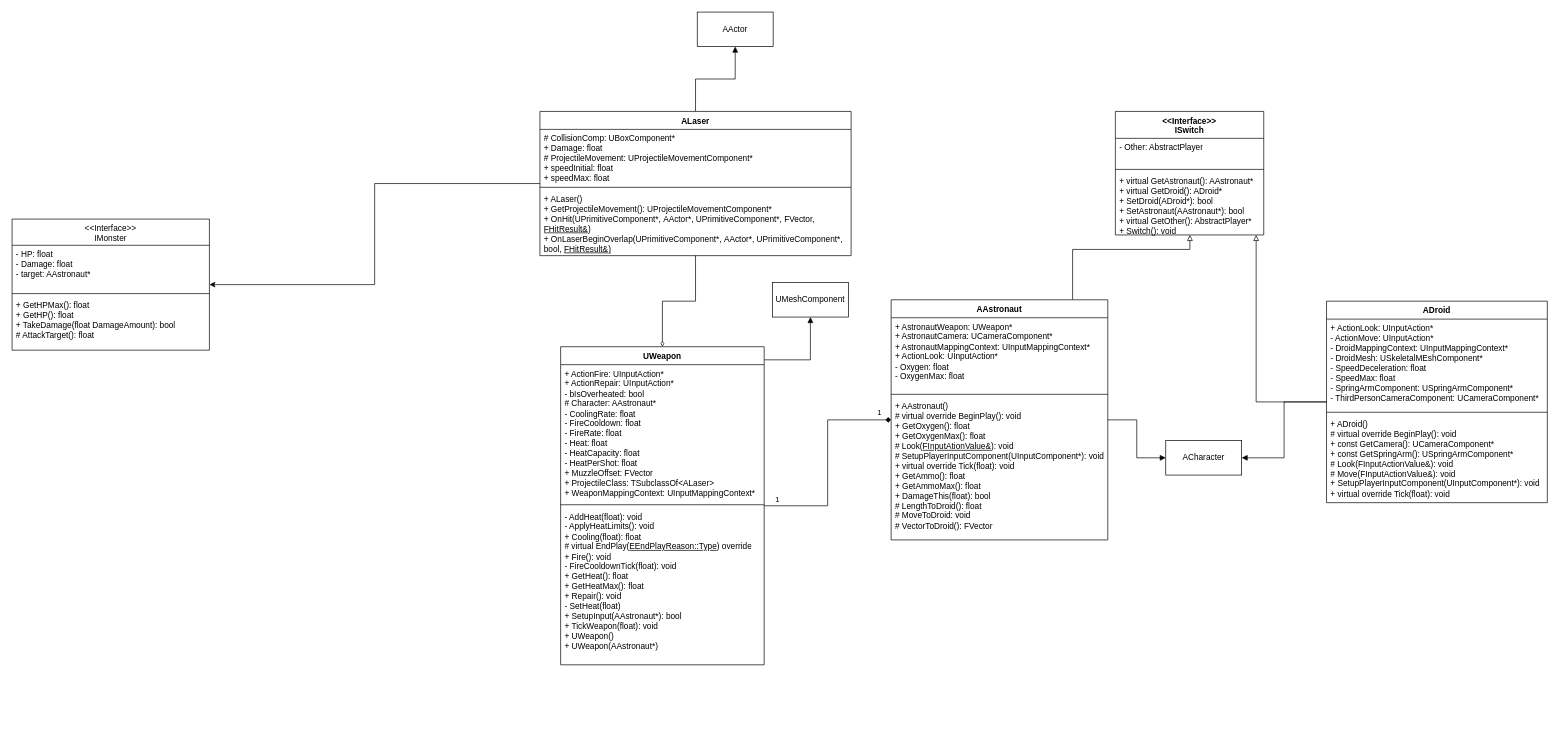
Earlier version of the draw.io diagram UML.drawio (herrkrabbe/BarBoi). Source tidied: cells renumbered, new cells numbered last; positions are measured from the earlier drawing's top-left corner, leaving out a move shared by most shapes. Both pictures are drawn from the tidied source at 69%, with x=0, y=0 at pixel (12, 12).
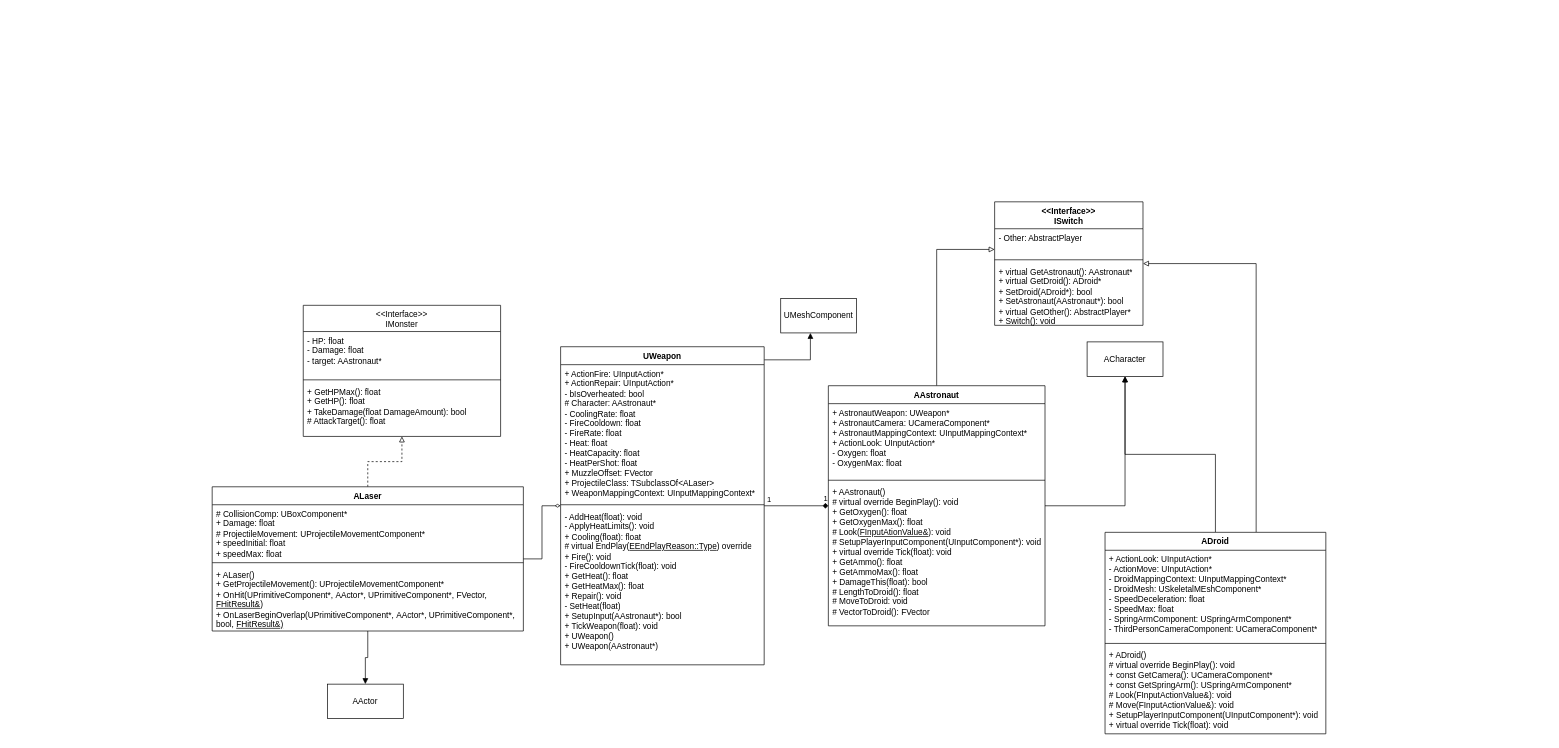
The same diagram, later.

The edit, as a diff of the source:
```diff
@@
     <mxCell id="7" value="AAstronaut" style="swimlane;fontStyle=1;align=center;verticalAlign=top;horizontal=1;startSize=26;whiteSpace=wrap;html=1;" parent="1" vertex="1">
-      <mxGeometry x="1274" y="417" width="314" height="348" as="geometry" />
+      <mxGeometry x="1183" y="541.5" width="314" height="348" as="geometry" />
     </mxCell>
@@
     <mxCell id="11" value="&amp;lt;&amp;lt;Interface&amp;gt;&amp;gt;&lt;div&gt;ISwitch&lt;/div&gt;" style="swimlane;fontStyle=1;align=center;verticalAlign=top;horizontal=1;startSize=39;whiteSpace=wrap;html=1;" parent="1" vertex="1">
-      <mxGeometry x="1599" y="144" width="215" height="179" as="geometry" />
+      <mxGeometry x="1424" y="275" width="215" height="179" as="geometry" />
     </mxCell>
@@
     <mxCell id="17" value="ADroid" style="swimlane;fontStyle=1;align=center;verticalAlign=top;horizontal=1;startSize=26;whiteSpace=wrap;html=1;" parent="1" vertex="1">
-      <mxGeometry x="1905" y="419" width="320" height="292" as="geometry" />
+      <mxGeometry x="1584" y="754" width="320" height="292" as="geometry" />
     </mxCell>
@@
     <mxCell id="21" value="&lt;span style=&quot;font-weight: 400;&quot;&gt;&amp;lt;&amp;lt;Interface&amp;gt;&amp;gt;&lt;/span&gt;&lt;div style=&quot;font-weight: 400;&quot;&gt;IMonster&lt;/div&gt;" style="swimlane;fontStyle=1;align=center;verticalAlign=top;horizontal=1;startSize=38;whiteSpace=wrap;html=1;" parent="1" vertex="1">
-      <mxGeometry y="300" width="286" height="190" as="geometry" />
+      <mxGeometry x="422" y="425" width="286" height="190" as="geometry" />
     </mxCell>
@@
-    <mxCell id="31" style="edgeStyle=orthogonalEdgeStyle;rounded=0;jettySize=auto;html=1;" parent="1" edge="1" source="33" target="21">
+    <mxCell id="31" style="edgeStyle=orthogonalEdgeStyle;rounded=0;jettySize=auto;html=1;endArrow=block;endFill=0;dashed=1;" parent="1" edge="1" source="33" target="21">
       <mxGeometry relative="1" as="geometry" />
     </mxCell>
@@
     <mxCell id="33" value="ALaser" style="swimlane;fontStyle=1;align=center;verticalAlign=top;horizontal=1;startSize=26;whiteSpace=wrap;html=1;" parent="1" vertex="1">
-      <mxGeometry x="765" y="144" width="451" height="209" as="geometry" />
+      <mxGeometry x="290" y="688" width="451" height="209" as="geometry" />
     </mxCell>
@@
     <mxCell id="37" value="ACharacter" style="html=1;whiteSpace=wrap;" parent="1" vertex="1">
-      <mxGeometry x="1672" y="621" width="110" height="50" as="geometry" />
+      <mxGeometry x="1558" y="478" width="110" height="50" as="geometry" />
     </mxCell>
     <mxCell id="38" value="UMeshComponent" style="html=1;whiteSpace=wrap;" parent="1" vertex="1">
-      <mxGeometry x="1102" y="392" width="110" height="50" as="geometry" />
+      <mxGeometry x="1114" y="415" width="110" height="50" as="geometry" />
     </mxCell>
     <mxCell id="39" value="AActor" style="html=1;whiteSpace=wrap;" parent="1" vertex="1">
-      <mxGeometry x="993" width="110" height="50" as="geometry" />
+      <mxGeometry x="457" y="974" width="110" height="50" as="geometry" />
     </mxCell>
```
